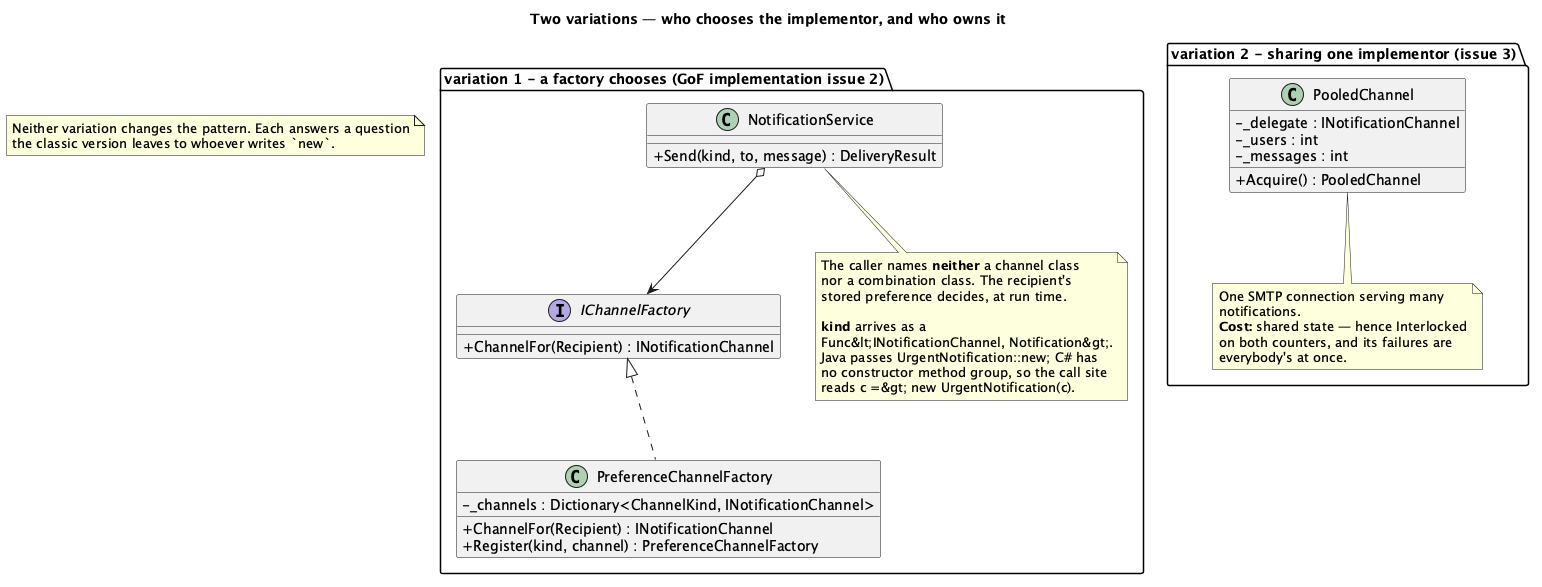
Before: Bridge/src/Bridge/Notifications/Solution/uml/Bridge - Notifications (Variations) - Class Diagram.png, a diagram exported from PlantUML (kaldiroglu/DesignPatternsWithCSharp). Its diagram source:
```plantuml
@startuml "Bridge - Notifications (Variations) - Class Diagram"
skinparam classAttributeIconSize 0
title Two variations — who chooses the implementor, and who owns it


package "variation 1 - a factory chooses (GoF implementation issue 2)" {
  interface IChannelFactory {
    + ChannelFor(Recipient) : INotificationChannel
  }
  class PreferenceChannelFactory {
    - _channels : Dictionary<ChannelKind, INotificationChannel>
    + ChannelFor(Recipient) : INotificationChannel
    + Register(kind, channel) : PreferenceChannelFactory
  }
  class NotificationService {
    + Send(kind, to, message) : DeliveryResult
  }
  IChannelFactory <|.. PreferenceChannelFactory
  NotificationService o--> IChannelFactory

  note bottom of NotificationService
    The caller names <b>neither</b> a channel class
    nor a combination class. The recipient's
    stored preference decides, at run time.

    <b>kind</b> arrives as a
    Func&lt;INotificationChannel, Notification&gt;.
    Java passes UrgentNotification::new; C# has
    no constructor method group, so the call site
    reads c =&gt; new UrgentNotification(c).
  end note
}

package "variation 2 - sharing one implementor (issue 3)" {
  class PooledChannel {
    - _delegate : INotificationChannel
    - _users : int
    - _messages : int
    + Acquire() : PooledChannel
  }
  note bottom of PooledChannel
    One SMTP connection serving many
    notifications.
    <b>Cost:</b> shared state — hence Interlocked
    on both counters, and its failures are
    everybody's at once.
  end note
}

note as N1
  Neither variation changes the pattern. Each answers a question
  the classic version leaves to whoever writes `new`.
end note

@enduml
```
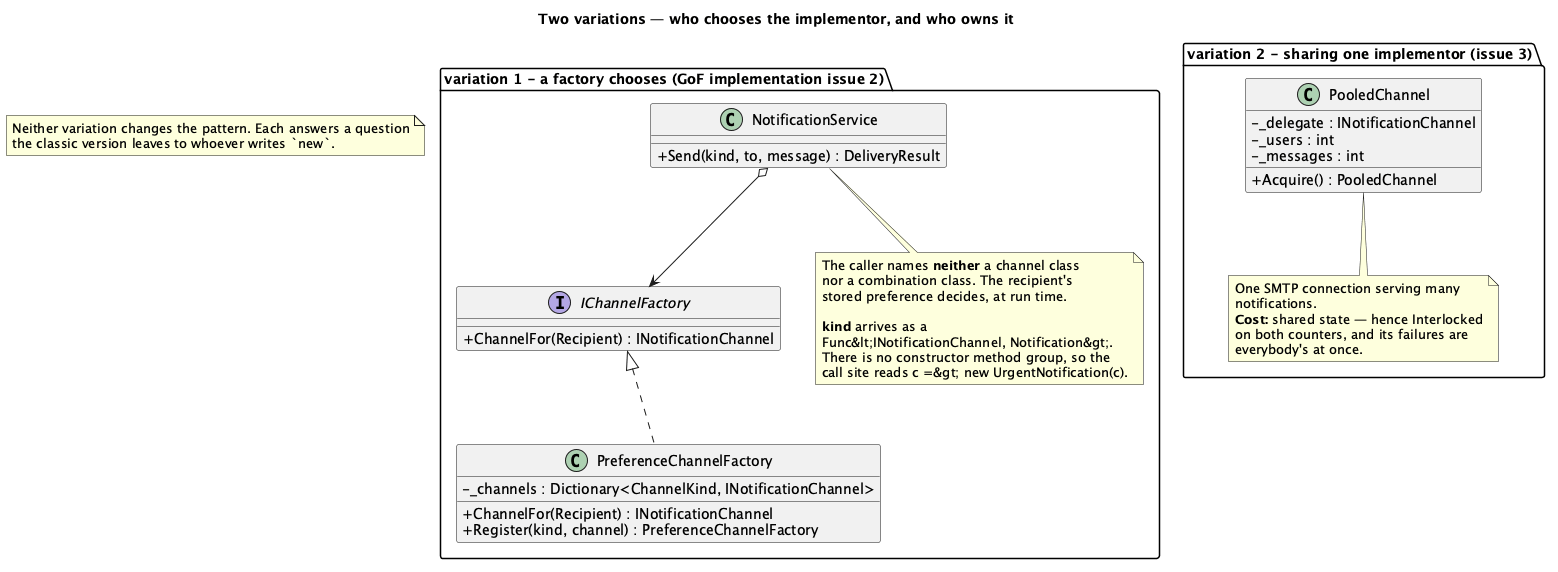
After the commit.

Diff of the diagram source:
```diff
@@ -1,4 +1,4 @@
-@startuml "Bridge - Notifications (Variations) - Class Diagram"
+@startuml
 skinparam classAttributeIconSize 0
 title Two variations — who chooses the implementor, and who owns it
 
@@ -25,9 +25,8 @@
 
     <b>kind</b> arrives as a
     Func&lt;INotificationChannel, Notification&gt;.
-    Java passes UrgentNotification::new; C# has
-    no constructor method group, so the call site
-    reads c =&gt; new UrgentNotification(c).
+    There is no constructor method group, so the
+    call site reads c =&gt; new UrgentNotification(c).
   end note
 }
 
```
